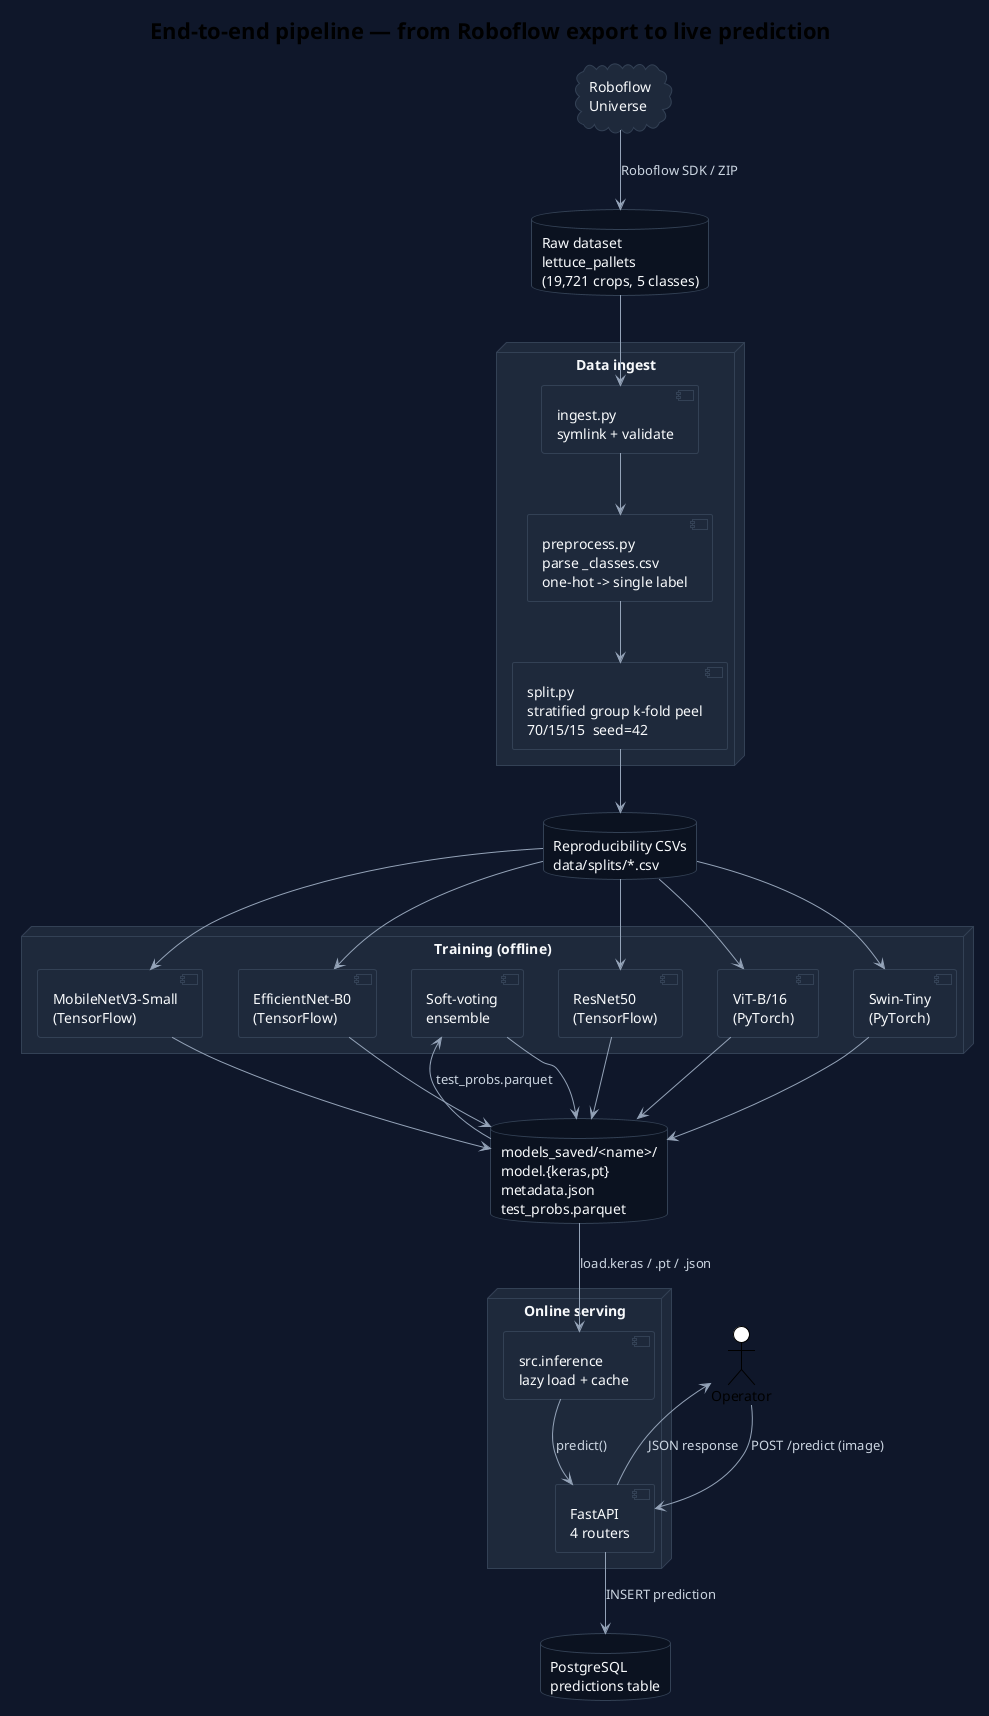
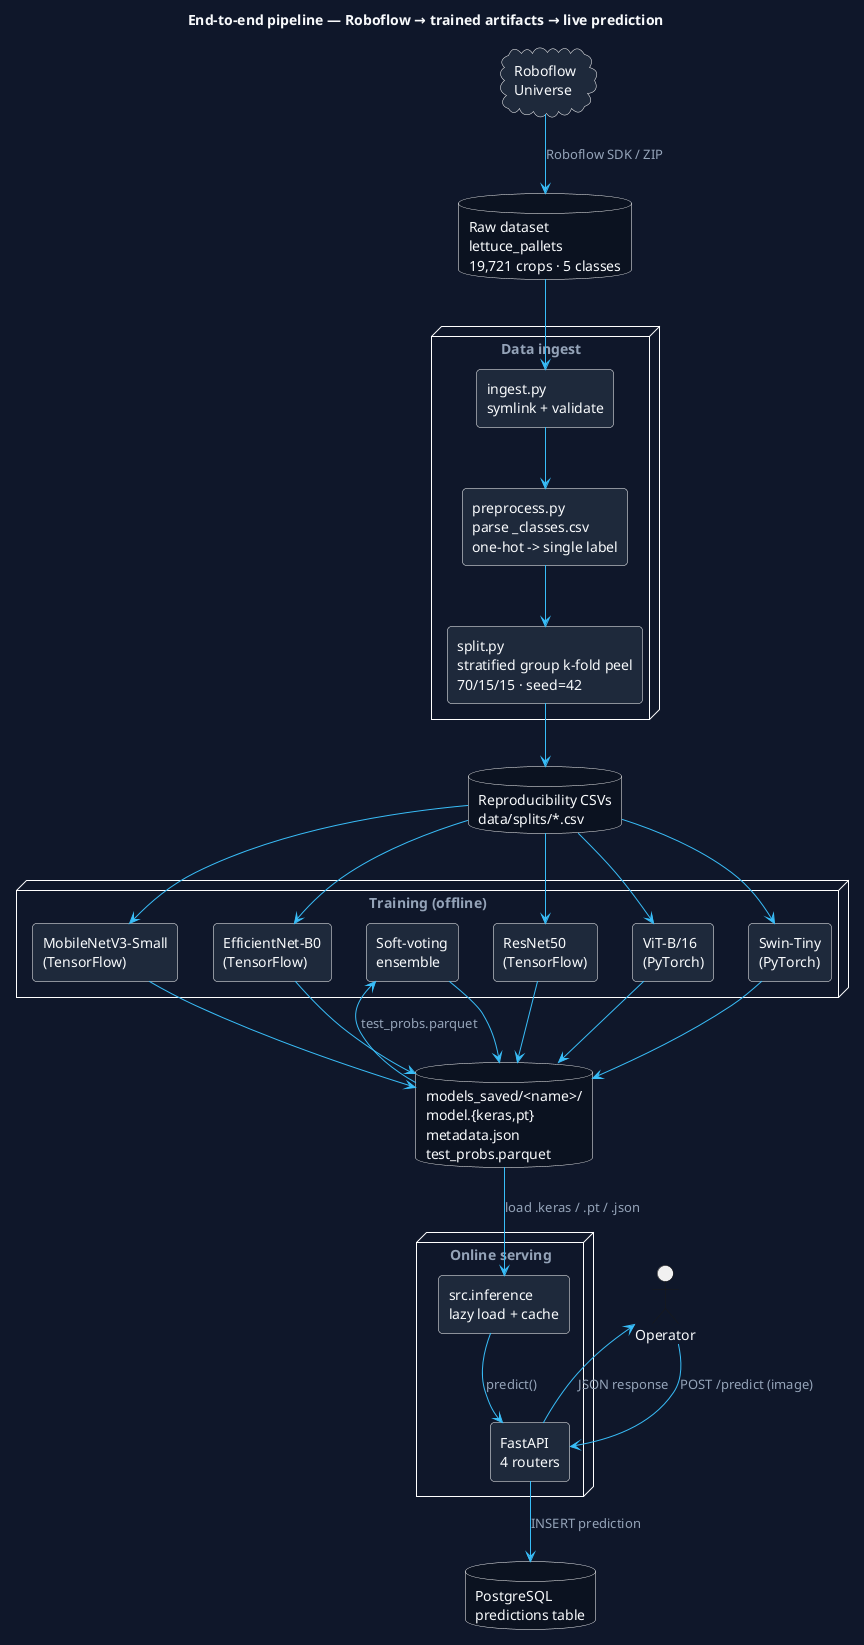
- @startuml
- !theme plain
+ @startuml 05_architecture_pipeline
+ ' Figure 5 — End-to-end Pipeline Architecture
+ ' From Roboflow export down to a served prediction.
+ 
skinparam backgroundColor #0F172A
skinparam shadowing false
- skinparam ArrowColor #94A3B8
- skinparam ArrowFontColor #CBD5E1
- skinparam componentBackgroundColor #1E293B
- skinparam componentBorderColor #334155
- skinparam componentFontColor #F8FAFC
- skinparam nodeBackgroundColor #0B1220
- skinparam nodeBorderColor #334155
- skinparam nodeFontColor #F8FAFC
- skinparam databaseBackgroundColor #0B1220
- skinparam databaseBorderColor #334155
- skinparam databaseFontColor #F8FAFC
- skinparam cloudBackgroundColor #1E293B
- skinparam cloudBorderColor #334155
- skinparam cloudFontColor #F8FAFC
+ skinparam defaultFontName "Fira Sans"
+ skinparam defaultFontColor #F8FAFC

- title End-to-end pipeline — from Roboflow export to live prediction
+ skinparam rectangle {
+   BorderColor rgba(148,163,184,0.30)
+   BackgroundColor #1E293B
+   FontColor #F8FAFC
+   RoundCorner 8
+ }
+ skinparam database {
+   BorderColor rgba(148,163,184,0.30)
+   BackgroundColor #0B1220
+   FontColor #F8FAFC
+ }
+ skinparam node {
+   BorderColor rgba(148,163,184,0.30)
+   BackgroundColor #0F172A
+   FontColor #94A3B8
+ }
+ skinparam cloud {
+   BorderColor rgba(148,163,184,0.30)
+   BackgroundColor #1E293B
+   FontColor #F8FAFC
+ }
+ skinparam ArrowColor #38BDF8
+ skinparam ArrowFontColor #94A3B8
+ skinparam ArrowFontName "Fira Code"
+ skinparam noteFontColor #94A3B8
+ skinparam noteBackgroundColor #1E293B
+ skinparam noteBorderColor rgba(148,163,184,0.30)
+ 
+ title End-to-end pipeline — Roboflow → trained artifacts → live prediction

cloud "Roboflow\nUniverse" as Cloud

- database "Raw dataset\nlettuce_pallets\n(19,721 crops, 5 classes)" as Raw
+ database "Raw dataset\nlettuce_pallets\n19,721 crops · 5 classes" as Raw

- node "Data ingest" as Ingest #1E293B {
-   component "ingest.py\nsymlink + validate" as I1
-   component "preprocess.py\nparse _classes.csv\none-hot -> single label" as I2
-   component "split.py\nstratified group k-fold peel\n70/15/15  seed=42" as I3
+ node "Data ingest" as Ingest {
+   rectangle "ingest.py\nsymlink + validate" as I1
+   rectangle "preprocess.py\nparse _classes.csv\none-hot -> single label" as I2
+   rectangle "split.py\nstratified group k-fold peel\n70/15/15 · seed=42" as I3
}

database "Reproducibility CSVs\ndata/splits/*.csv" as Splits

- node "Training (offline)" as Train #1E293B {
-   component "MobileNetV3-Small\n(TensorFlow)" as M1
-   component "EfficientNet-B0\n(TensorFlow)" as M2
-   component "ResNet50\n(TensorFlow)" as M3
-   component "ViT-B/16\n(PyTorch)" as M4
-   component "Swin-Tiny\n(PyTorch)" as M5
-   component "Soft-voting\nensemble" as M6
+ node "Training (offline)" as Train {
+   rectangle "MobileNetV3-Small\n(TensorFlow)" as M1
+   rectangle "EfficientNet-B0\n(TensorFlow)" as M2
+   rectangle "ResNet50\n(TensorFlow)" as M3
+   rectangle "ViT-B/16\n(PyTorch)" as M4
+   rectangle "Swin-Tiny\n(PyTorch)" as M5
+   rectangle "Soft-voting\nensemble" as M6
}

database "models_saved/<name>/\nmodel.{keras,pt}\nmetadata.json\ntest_probs.parquet" as Saved

- node "Online serving" as Serve #1E293B {
-   component "src.inference\nlazy load + cache" as Inf
-   component "FastAPI\n4 routers" as API
+ node "Online serving" as Serve {
+   rectangle "src.inference\nlazy load + cache" as Inf
+   rectangle "FastAPI\n4 routers" as API
}

database "PostgreSQL\npredictions table" as PG

actor "Operator" as Op

Cloud --> Raw : Roboflow SDK / ZIP
- 
Raw --> I1
I1 --> I2
I2 --> I3
I3 --> Splits

Splits --> M1
Splits --> M2
Splits --> M3
Splits --> M4
Splits --> M5
M1 --> Saved
M2 --> Saved
M3 --> Saved
M4 --> Saved
M5 --> Saved
Saved --> M6 : test_probs.parquet
M6 --> Saved

- Saved --> Inf : load.keras / .pt / .json
+ Saved --> Inf : load .keras / .pt / .json
Inf --> API : predict()
API --> PG : INSERT prediction
API --> Op : JSON response
Op --> API : POST /predict (image)

@enduml
